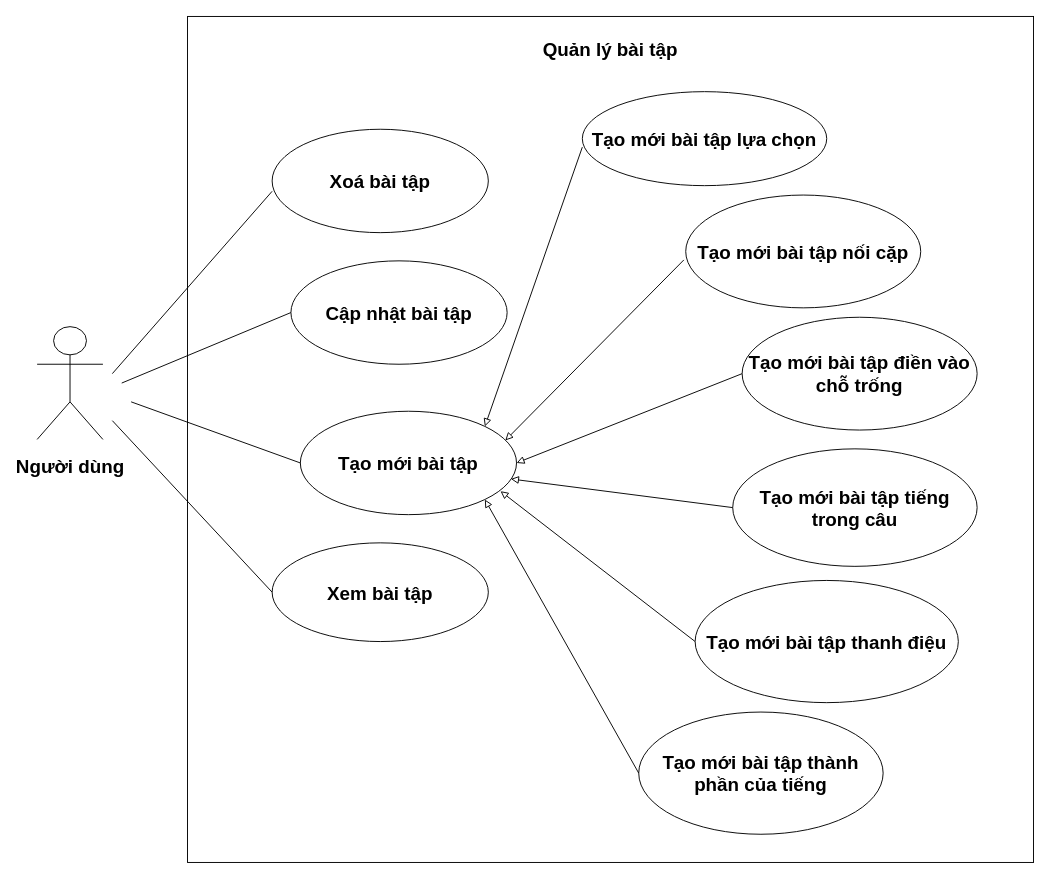
Above: page "Phân rã bài tập" (2 of 7) of src/Untitled Diagram.drawio in Thuong911/vietStudy (draw.io), before the change. Source tidied: cells renumbered, new cells numbered last; positions are measured from the earlier drawing's top-left corner, leaving out a move shared by most shapes. Both pictures are drawn from the tidied source at 94%, with x=0, y=0 at pixel (37, 16).
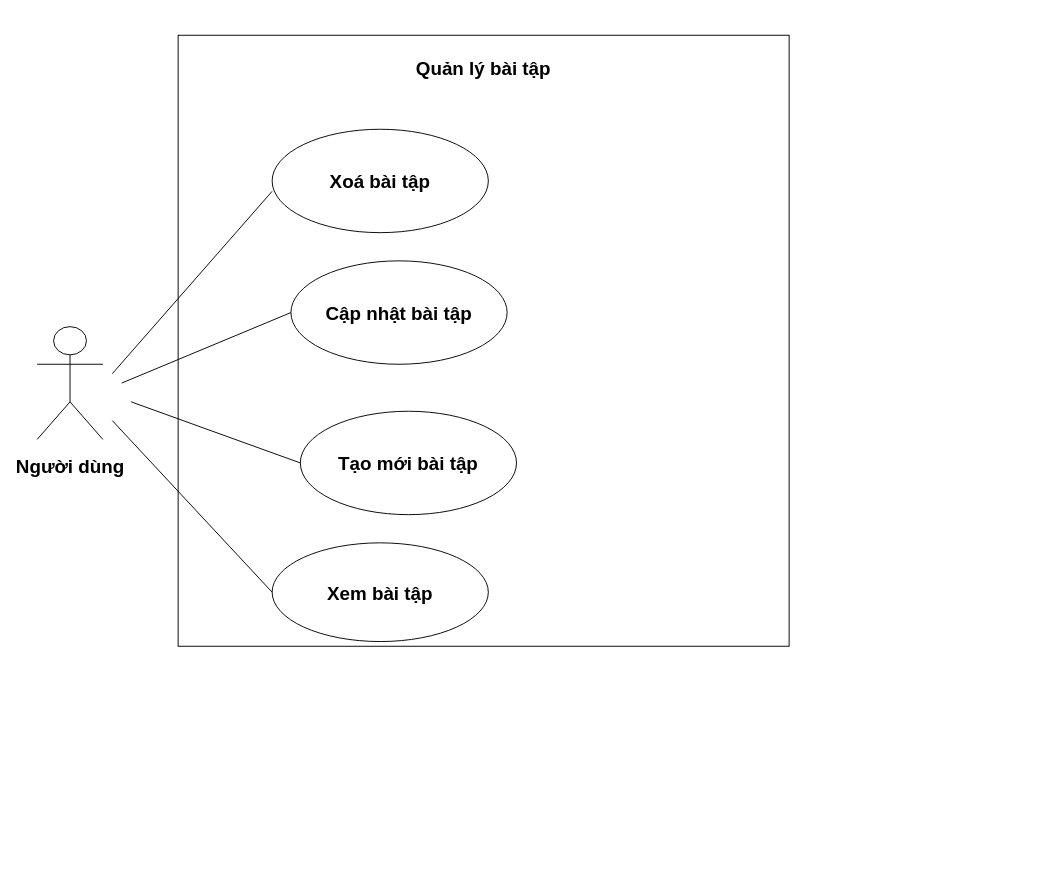
Above is the later version.

Unchanged cells that the change refers to:
```xml
<mxCell id="7" value="Tạo mới bài tập" style="ellipse;whiteSpace=wrap;html=1;rounded=0;shadow=0;sketch=0;fontSize=20;verticalAlign=middle;align=center;fontStyle=1;" parent="1" vertex="1">
  <mxGeometry x="280" y="420" width="230" height="110" as="geometry" />
</mxCell>
```

The edit, as a diff of the source:
```diff
@@
     <mxCell id="2" value="&lt;h2 style=&quot;font-size: 20px;&quot;&gt;Quản lý bài tập&lt;/h2&gt;" style="whiteSpace=wrap;html=1;rounded=0;shadow=0;sketch=0;verticalAlign=top;fontSize=20;fontStyle=1;" parent="1" vertex="1">
-      <mxGeometry x="160" width="900" height="900" as="geometry" />
+      <mxGeometry x="150" y="20" width="650" height="650" as="geometry" />
     </mxCell>
@@
-    <mxCell id="12" value="Tạo mới bài tập lựa chọn" style="ellipse;whiteSpace=wrap;html=1;rounded=0;shadow=0;sketch=0;fontSize=20;verticalAlign=middle;align=center;fontStyle=1;" parent="1" vertex="1">
-      <mxGeometry x="580" y="80" width="260" height="100" as="geometry" />
-    </mxCell>
-    <mxCell id="13" value="Tạo mới bài tập nối cặp" style="ellipse;whiteSpace=wrap;html=1;rounded=0;shadow=0;sketch=0;fontSize=20;verticalAlign=middle;align=center;fontStyle=1;" parent="1" vertex="1">
-      <mxGeometry x="690" y="190" width="250" height="120" as="geometry" />
-    </mxCell>
-    <mxCell id="14" value="Tạo mới bài tập điền vào chỗ trống" style="ellipse;whiteSpace=wrap;html=1;rounded=0;shadow=0;sketch=0;fontSize=20;verticalAlign=middle;align=center;fontStyle=1;" parent="1" vertex="1">
-      <mxGeometry x="750" y="320" width="250" height="120" as="geometry" />
-    </mxCell>
-    <mxCell id="15" value="Tạo mới bài tập tiếng trong câu" style="ellipse;whiteSpace=wrap;html=1;rounded=0;shadow=0;sketch=0;fontSize=20;verticalAlign=middle;align=center;fontStyle=1;" parent="1" vertex="1">
-      <mxGeometry x="740" y="460" width="260" height="125" as="geometry" />
-    </mxCell>
-    <mxCell id="16" value="Tạo mới bài tập thanh điệu" style="ellipse;whiteSpace=wrap;html=1;rounded=0;shadow=0;sketch=0;fontSize=20;verticalAlign=middle;align=center;fontStyle=1;" parent="1" vertex="1">
-      <mxGeometry x="700" y="600" width="280" height="130" as="geometry" />
-    </mxCell>
-    <mxCell id="17" value="Tạo mới bài tập thành phần của tiếng" style="ellipse;whiteSpace=wrap;html=1;rounded=0;shadow=0;sketch=0;fontSize=20;verticalAlign=middle;align=center;fontStyle=1;" parent="1" vertex="1">
-      <mxGeometry x="640" y="740" width="260" height="130" as="geometry" />
-    </mxCell>
-    <mxCell id="18" style="endArrow=block;html=1;endFill=0;exitX=0;exitY=0.59;exitDx=0;exitDy=0;exitPerimeter=0;entryX=1;entryY=0;entryDx=0;entryDy=0;fontSize=20;fontStyle=1;" parent="1" edge="1" source="12" target="7">
-      <mxGeometry relative="1" as="geometry" />
-    </mxCell>
-    <mxCell id="19" style="endArrow=block;html=1;endFill=0;exitX=0;exitY=0.5;exitDx=0;exitDy=0;fontSize=20;entryX=0.926;entryY=0.773;entryDx=0;entryDy=0;entryPerimeter=0;fontStyle=1;" parent="1" edge="1" source="16" target="7">
-      <mxGeometry relative="1" as="geometry" />
-    </mxCell>
-    <mxCell id="20" style="endArrow=block;html=1;endFill=0;exitX=0;exitY=0.5;exitDx=0;exitDy=0;fontSize=20;entryX=0.974;entryY=0.655;entryDx=0;entryDy=0;entryPerimeter=0;fontStyle=1;" parent="1" edge="1" source="15" target="7">
-      <mxGeometry relative="1" as="geometry" />
-    </mxCell>
-    <mxCell id="21" style="endArrow=block;html=1;endFill=0;exitX=0;exitY=0.5;exitDx=0;exitDy=0;fontSize=20;entryX=1;entryY=0.5;entryDx=0;entryDy=0;fontStyle=1;" parent="1" edge="1" source="14" target="7">
-      <mxGeometry relative="1" as="geometry" />
-    </mxCell>
-    <mxCell id="22" style="endArrow=block;html=1;endFill=0;entryX=0.948;entryY=0.282;entryDx=0;entryDy=0;entryPerimeter=0;fontSize=20;exitX=-0.008;exitY=0.575;exitDx=0;exitDy=0;exitPerimeter=0;fontStyle=1;" parent="1" edge="1" source="13" target="7">
-      <mxGeometry relative="1" as="geometry" />
-    </mxCell>
-    <mxCell id="23" style="endArrow=block;html=1;endFill=0;exitX=0;exitY=0.5;exitDx=0;exitDy=0;entryX=1;entryY=1;entryDx=0;entryDy=0;fontSize=20;fontStyle=1;" parent="1" edge="1" source="17" target="7">
-      <mxGeometry relative="1" as="geometry" />
-    </mxCell>
```
